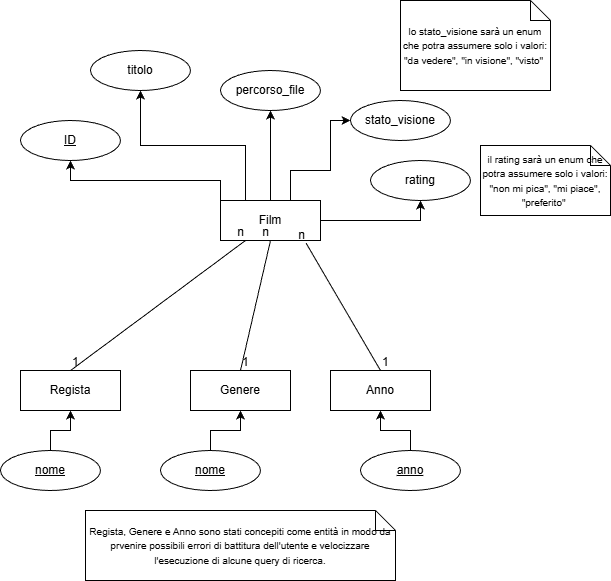
Before: src/main/docs/Modello ER.drawio.png, a diagram exported from draw.io (Michele-Arnoni/Cine-Rolodex). Source tidied: cells renumbered, new cells last; positions are measured from the earlier drawing's top-left corner, leaving out a move shared by most shapes.
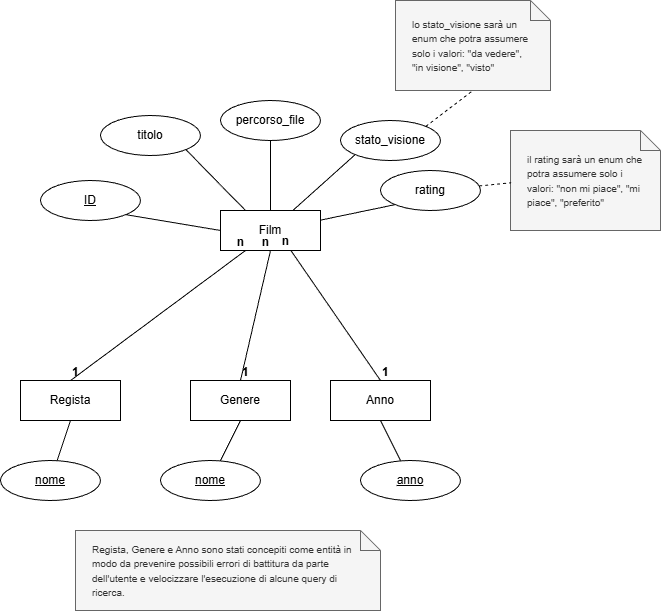
Later version of the same file.

The edit, as a diff of the source:
```diff
@@ -2,41 +2,35 @@
   <root>
     <mxCell id="0" />
     <mxCell id="1" parent="0" />
-    <mxCell id="2" style="edgeStyle=orthogonalEdgeStyle;rounded=0;jettySize=auto;html=1;entryX=0.5;entryY=1;entryDx=0;entryDy=0;exitX=0;exitY=0;exitDx=0;exitDy=0;" parent="1" edge="1" source="7" target="8">
+    <mxCell id="2" style="rounded=0;jettySize=auto;html=1;entryX=1;entryY=1;entryDx=0;entryDy=0;exitX=0;exitY=0.5;exitDx=0;exitDy=0;endArrow=none;endFill=0;" parent="1" edge="1" source="7" target="8">
       <mxGeometry relative="1" as="geometry" />
     </mxCell>
-    <mxCell id="3" style="edgeStyle=orthogonalEdgeStyle;rounded=0;jettySize=auto;html=1;entryX=0.5;entryY=1;entryDx=0;entryDy=0;" parent="1" edge="1" source="7" target="9">
+    <mxCell id="3" style="rounded=0;jettySize=auto;html=1;entryX=0.5;entryY=1;entryDx=0;entryDy=0;endArrow=none;endFill=0;" parent="1" edge="1" source="7" target="9">
       <mxGeometry relative="1" as="geometry" />
     </mxCell>
-    <mxCell id="4" style="edgeStyle=orthogonalEdgeStyle;rounded=0;jettySize=auto;html=1;entryX=0.5;entryY=1;entryDx=0;entryDy=0;" parent="1" edge="1" source="7" target="11">
+    <mxCell id="4" style="rounded=0;jettySize=auto;html=1;entryX=0;entryY=1;entryDx=0;entryDy=0;endArrow=none;endFill=0;" parent="1" edge="1" source="7" target="11">
       <mxGeometry relative="1" as="geometry" />
     </mxCell>
-    <mxCell id="5" style="edgeStyle=orthogonalEdgeStyle;rounded=0;jettySize=auto;html=1;entryX=0;entryY=0.5;entryDx=0;entryDy=0;" parent="1" edge="1" source="7" target="10">
-      <mxGeometry relative="1" as="geometry">
-        <Array as="points">
-          <mxPoint x="290" y="170" />
-          <mxPoint x="330" y="170" />
-          <mxPoint x="330" y="120" />
-        </Array>
-      </mxGeometry>
+    <mxCell id="5" style="rounded=0;jettySize=auto;html=1;entryX=0;entryY=1;entryDx=0;entryDy=0;endArrow=none;endFill=0;" parent="1" edge="1" source="7" target="10">
+      <mxGeometry relative="1" as="geometry" />
     </mxCell>
-    <mxCell id="6" style="edgeStyle=orthogonalEdgeStyle;rounded=0;jettySize=auto;html=1;entryX=0.5;entryY=1;entryDx=0;entryDy=0;exitX=0.25;exitY=0;exitDx=0;exitDy=0;" parent="1" edge="1" source="7" target="30">
+    <mxCell id="6" style="rounded=0;jettySize=auto;html=1;entryX=1;entryY=1;entryDx=0;entryDy=0;exitX=0.25;exitY=0;exitDx=0;exitDy=0;endArrow=none;endFill=0;" parent="1" edge="1" source="7" target="30">
       <mxGeometry relative="1" as="geometry" />
     </mxCell>
     <mxCell id="7" value="Film" style="whiteSpace=wrap;html=1;align=center;" parent="1" vertex="1">
       <mxGeometry x="220" y="200" width="100" height="40" as="geometry" />
     </mxCell>
     <mxCell id="8" value="ID" style="ellipse;whiteSpace=wrap;html=1;align=center;fontStyle=4;" parent="1" vertex="1">
-      <mxGeometry x="20" y="120" width="100" height="40" as="geometry" />
+      <mxGeometry x="40" y="170" width="100" height="40" as="geometry" />
     </mxCell>
     <mxCell id="9" value="percorso_file" style="ellipse;whiteSpace=wrap;html=1;align=center;" parent="1" vertex="1">
-      <mxGeometry x="220" y="70" width="100" height="40" as="geometry" />
+      <mxGeometry x="220" y="90" width="100" height="40" as="geometry" />
     </mxCell>
     <mxCell id="10" value="stato_visione" style="ellipse;whiteSpace=wrap;html=1;align=center;" parent="1" vertex="1">
-      <mxGeometry x="350" y="100" width="100" height="40" as="geometry" />
+      <mxGeometry x="340" y="110" width="100" height="40" as="geometry" />
     </mxCell>
     <mxCell id="11" value="rating" style="ellipse;whiteSpace=wrap;html=1;align=center;" parent="1" vertex="1">
-      <mxGeometry x="370" y="160" width="100" height="40" as="geometry" />
+      <mxGeometry x="380" y="160" width="100" height="40" as="geometry" />
     </mxCell>
     <mxCell id="12" value="Regista" style="whiteSpace=wrap;html=1;align=center;" parent="1" vertex="1">
       <mxGeometry x="20" y="370" width="100" height="40" as="geometry" />
@@ -50,59 +44,65 @@
     <mxCell id="15" style="endArrow=none;html=1;rounded=0;exitX=0.5;exitY=0;exitDx=0;exitDy=0;entryX=0.25;entryY=1;entryDx=0;entryDy=0;" parent="1" edge="1" source="12" target="7">
       <mxGeometry relative="1" as="geometry" />
     </mxCell>
-    <mxCell id="16" value="1" style="html=1;whiteSpace=wrap;align=left;verticalAlign=bottom;" parent="15" vertex="1">
+    <mxCell id="16" value="1" style="html=1;whiteSpace=wrap;align=left;verticalAlign=bottom;fontStyle=1;" parent="15" vertex="1">
       <mxGeometry x="-1" relative="1" as="geometry" />
     </mxCell>
-    <mxCell id="17" value="n" style="html=1;whiteSpace=wrap;align=right;verticalAlign=bottom;" parent="15" vertex="1">
+    <mxCell id="17" value="n" style="html=1;whiteSpace=wrap;align=right;verticalAlign=bottom;fontStyle=1;" parent="15" vertex="1">
       <mxGeometry x="1" relative="1" as="geometry" />
     </mxCell>
     <mxCell id="18" style="endArrow=none;html=1;rounded=0;exitX=0.5;exitY=0;exitDx=0;exitDy=0;entryX=0.5;entryY=1;entryDx=0;entryDy=0;" parent="1" edge="1" source="13" target="7">
       <mxGeometry relative="1" as="geometry" />
     </mxCell>
-    <mxCell id="19" value="1" style="html=1;whiteSpace=wrap;align=left;verticalAlign=bottom;" parent="18" vertex="1">
+    <mxCell id="19" value="1" style="html=1;whiteSpace=wrap;align=left;verticalAlign=bottom;fontStyle=1;" parent="18" vertex="1">
       <mxGeometry x="-1" relative="1" as="geometry" />
     </mxCell>
-    <mxCell id="20" value="n" style="html=1;whiteSpace=wrap;align=right;verticalAlign=bottom;" parent="18" vertex="1">
+    <mxCell id="20" value="n" style="html=1;whiteSpace=wrap;align=right;verticalAlign=bottom;fontStyle=1;" parent="18" vertex="1">
       <mxGeometry x="1" relative="1" as="geometry" />
     </mxCell>
-    <mxCell id="21" style="endArrow=none;html=1;rounded=0;exitX=0.5;exitY=0;exitDx=0;exitDy=0;entryX=0.856;entryY=1.067;entryDx=0;entryDy=0;entryPerimeter=0;" parent="1" edge="1" source="14" target="7">
+    <mxCell id="21" style="endArrow=none;html=1;rounded=0;exitX=0.5;exitY=0;exitDx=0;exitDy=0;entryX=0.703;entryY=0.997;entryDx=0;entryDy=0;entryPerimeter=0;" parent="1" edge="1" source="14" target="7">
       <mxGeometry relative="1" as="geometry" />
     </mxCell>
-    <mxCell id="22" value="1" style="html=1;whiteSpace=wrap;align=left;verticalAlign=bottom;" parent="21" vertex="1">
+    <mxCell id="22" value="1" style="html=1;whiteSpace=wrap;align=left;verticalAlign=bottom;fontStyle=1;" parent="21" vertex="1">
       <mxGeometry x="-1" relative="1" as="geometry" />
     </mxCell>
-    <mxCell id="23" value="n" style="html=1;whiteSpace=wrap;align=right;verticalAlign=bottom;" parent="21" vertex="1">
+    <mxCell id="23" value="n" style="html=1;whiteSpace=wrap;align=right;verticalAlign=bottom;fontStyle=1;" parent="21" vertex="1">
       <mxGeometry x="1" relative="1" as="geometry" />
     </mxCell>
-    <mxCell id="24" style="edgeStyle=orthogonalEdgeStyle;rounded=0;jettySize=auto;html=1;entryX=0.5;entryY=1;entryDx=0;entryDy=0;" parent="1" edge="1" source="25" target="12">
+    <mxCell id="24" style="rounded=0;jettySize=auto;html=1;entryX=0.5;entryY=1;entryDx=0;entryDy=0;endArrow=none;endFill=0;" parent="1" edge="1" source="25" target="12">
       <mxGeometry relative="1" as="geometry" />
     </mxCell>
     <mxCell id="25" value="nome" style="ellipse;whiteSpace=wrap;html=1;align=center;fontStyle=4;" parent="1" vertex="1">
       <mxGeometry y="450" width="100" height="40" as="geometry" />
     </mxCell>
-    <mxCell id="26" style="edgeStyle=orthogonalEdgeStyle;rounded=0;jettySize=auto;html=1;entryX=0.5;entryY=1;entryDx=0;entryDy=0;" parent="1" edge="1" source="27" target="13">
+    <mxCell id="26" style="rounded=0;jettySize=auto;html=1;entryX=0.5;entryY=1;entryDx=0;entryDy=0;endArrow=none;endFill=0;" parent="1" edge="1" source="27" target="13">
       <mxGeometry relative="1" as="geometry" />
     </mxCell>
     <mxCell id="27" value="nome" style="ellipse;whiteSpace=wrap;html=1;align=center;fontStyle=4;" parent="1" vertex="1">
       <mxGeometry x="160" y="450" width="100" height="40" as="geometry" />
     </mxCell>
-    <mxCell id="28" style="edgeStyle=orthogonalEdgeStyle;rounded=0;jettySize=auto;html=1;entryX=0.5;entryY=1;entryDx=0;entryDy=0;" parent="1" edge="1" source="29" target="14">
+    <mxCell id="28" style="rounded=0;jettySize=auto;html=1;entryX=0.5;entryY=1;entryDx=0;entryDy=0;endArrow=none;endFill=0;" parent="1" edge="1" source="29" target="14">
       <mxGeometry relative="1" as="geometry" />
     </mxCell>
     <mxCell id="29" value="anno" style="ellipse;whiteSpace=wrap;html=1;align=center;fontStyle=4;" parent="1" vertex="1">
       <mxGeometry x="360" y="450" width="100" height="40" as="geometry" />
     </mxCell>
     <mxCell id="30" value="titolo" style="ellipse;whiteSpace=wrap;html=1;align=center;" parent="1" vertex="1">
-      <mxGeometry x="90" y="50" width="100" height="40" as="geometry" />
+      <mxGeometry x="100" y="105" width="100" height="40" as="geometry" />
     </mxCell>
-    <mxCell id="31" value="&lt;font style=&quot;font-size: 10px;&quot;&gt;lo stato_visione sarà un enum che potra assumere solo i valori: &quot;da vedere&quot;, &quot;in visione&quot;, &quot;visto&quot;&amp;nbsp;&lt;/font&gt;" style="shape=note;size=20;whiteSpace=wrap;html=1;" parent="1" vertex="1">
-      <mxGeometry x="400" width="150" height="90" as="geometry" />
+    <mxCell id="31" value="&lt;font style=&quot;font-size: 10px;&quot;&gt;lo stato_visione sarà un enum che potra assumere solo i valori: &quot;da vedere&quot;, &quot;in visione&quot;, &quot;visto&quot;&amp;nbsp;&lt;/font&gt;" style="shape=note;size=20;whiteSpace=wrap;html=1;fillColor=#f5f5f5;fontColor=#333333;strokeColor=#666666;align=left;spacingLeft=15;spacingRight=15;" parent="1" vertex="1">
+      <mxGeometry x="395" y="-10" width="155" height="90" as="geometry" />
     </mxCell>
-    <mxCell id="32" value="&lt;font style=&quot;font-size: 10px;&quot;&gt;il rating sarà un enum che potra assumere solo i valori: &quot;non mi pica&quot;, &quot;mi piace&quot;, &quot;preferito&quot;&amp;nbsp;&lt;/font&gt;" style="shape=note;size=20;whiteSpace=wrap;html=1;" parent="1" vertex="1">
-      <mxGeometry x="480" y="145" width="130" height="70" as="geometry" />
+    <mxCell id="32" value="&lt;font style=&quot;font-size: 10px;&quot;&gt;il rating sarà un enum che potra assumere solo i valori: &quot;non mi piace&quot;, &quot;mi piace&quot;, &quot;preferito&quot;&amp;nbsp;&lt;/font&gt;" style="shape=note;size=20;html=1;fillColor=#f5f5f5;fontColor=#333333;strokeColor=#666666;gradientColor=none;fillStyle=auto;labelBackgroundColor=none;labelBorderColor=none;textShadow=0;whiteSpace=wrap;align=left;spacingLeft=15;spacingRight=15;" parent="1" vertex="1">
+      <mxGeometry x="510" y="120" width="150" height="100" as="geometry" />
     </mxCell>
-    <mxCell id="33" value="&lt;font style=&quot;font-size: 10px;&quot;&gt;Regista, Genere e Anno sono stati concepiti come entità in modo da prvenire possibili errori di battitura dell'utente e velocizzare l'esecuzione di alcune query di ricerca.&lt;/font&gt;" style="shape=note;size=20;whiteSpace=wrap;html=1;" parent="1" vertex="1">
-      <mxGeometry x="85" y="510" width="310" height="70" as="geometry" />
+    <mxCell id="33" value="&lt;font style=&quot;font-size: 10px;&quot;&gt;Regista, Genere e Anno sono stati concepiti come entità in modo da prevenire possibili errori di battitura da parte dell'utente e velocizzare l'esecuzione di alcune query di ricerca.&lt;/font&gt;" style="shape=note;size=20;whiteSpace=wrap;html=1;fillColor=#f5f5f5;fontColor=#333333;strokeColor=#666666;align=left;spacingTop=0;spacingLeft=15;spacingRight=15;" parent="1" vertex="1">
+      <mxGeometry x="75" y="520" width="305" height="80" as="geometry" />
     </mxCell>
+    <mxCell id="34" style="edgeStyle=none;html=1;entryX=0.004;entryY=0.523;entryDx=0;entryDy=0;entryPerimeter=0;endArrow=none;endFill=0;dashed=1;" parent="1" edge="1" source="11" target="32">
+      <mxGeometry relative="1" as="geometry" />
+    </mxCell>
+    <mxCell id="35" style="edgeStyle=none;html=1;exitX=1;exitY=0;exitDx=0;exitDy=0;entryX=0.5;entryY=1;entryDx=0;entryDy=0;entryPerimeter=0;endArrow=none;endFill=0;dashed=1;" parent="1" edge="1" source="10" target="31">
+      <mxGeometry relative="1" as="geometry" />
+    </mxCell>
   </root>
 </mxGraphModel>
```
